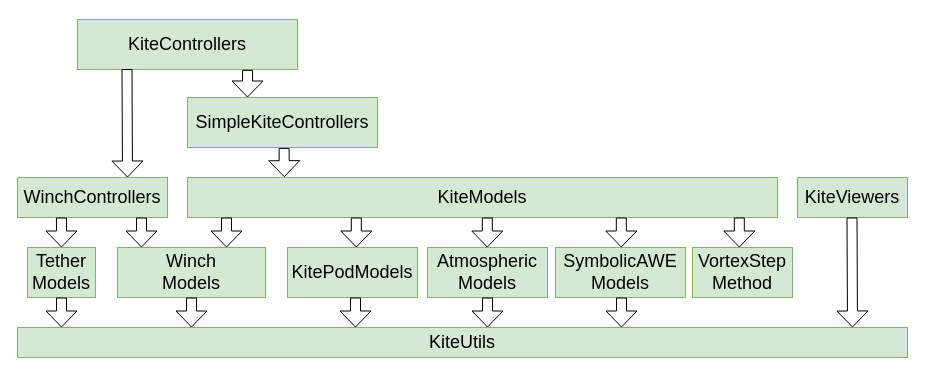
Above: page "Page-1" (1 of 2) of docs/src/kite_power_tools.drawio in OpenSourceAWE/KiteUtils.jl (draw.io), before the change. Source tidied: cells renumbered, new cells numbered last; positions are measured from the earlier drawing's top-left corner, leaving out a move shared by most shapes. Both pictures are drawn from the tidied source at 100%, with x=0, y=0 at pixel (17, 19).
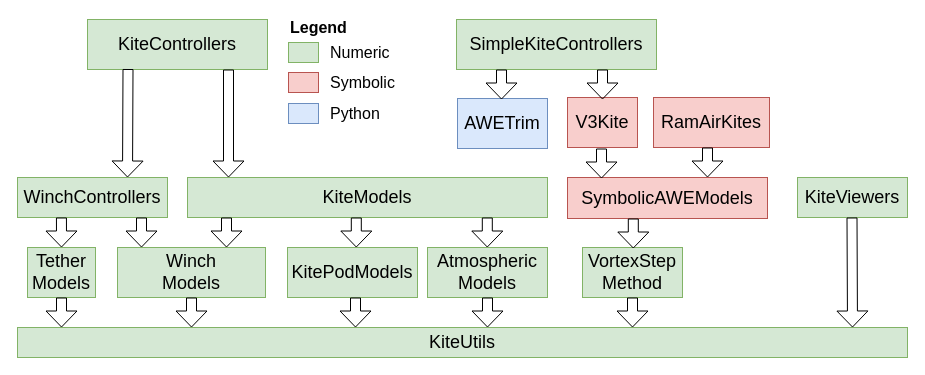
Above is the later version.

Change to the diagram source:
```diff
@@
     <mxCell id="2" value="KiteControllers" style="rounded=0;whiteSpace=wrap;html=1;fontSize=18;fillColor=#d5e8d4;strokeColor=#82b366;" parent="1" vertex="1">
-      <mxGeometry x="60" width="220" height="50" as="geometry" />
+      <mxGeometry x="70" width="180" height="50" as="geometry" />
     </mxCell>
     <mxCell id="3" value="KiteModels" style="rounded=0;whiteSpace=wrap;html=1;fontSize=18;fillColor=#d5e8d4;strokeColor=#82b366;" parent="1" vertex="1">
-      <mxGeometry x="170" y="158" width="590" height="40" as="geometry" />
+      <mxGeometry x="170" y="158" width="360" height="40" as="geometry" />
     </mxCell>
@@
     <mxCell id="9" value="VortexStep&lt;br&gt;Method" style="rounded=0;whiteSpace=wrap;html=1;fontSize=18;fillColor=#d5e8d4;strokeColor=#82b366;" parent="1" vertex="1">
-      <mxGeometry x="675" y="228" width="100" height="50" as="geometry" />
+      <mxGeometry x="565" y="228" width="100" height="50" as="geometry" />
     </mxCell>
@@
-    <mxCell id="13" style="shape=flexArrow;endArrow=classic;html=1;rounded=0;exitX=0.689;exitY=1.007;exitDx=0;exitDy=0;endSize=5;exitPerimeter=0;entryX=0.099;entryY=-0.008;entryDx=0;entryDy=0;entryPerimeter=0;" parent="1" edge="1">
-      <mxGeometry relative="1" as="geometry">
-        <mxPoint x="266.6" y="128.4" as="sourcePoint" />
-        <mxPoint x="266.8" y="157.7" as="targetPoint" />
-      </mxGeometry>
-    </mxCell>
@@
     <mxCell id="21" value="SimpleKiteControllers" style="rounded=0;whiteSpace=wrap;html=1;fontSize=18;fillColor=#d5e8d4;strokeColor=#82b366;" parent="1" vertex="1">
-      <mxGeometry x="170" y="78" width="190" height="50" as="geometry" />
+      <mxGeometry x="439" width="200" height="50" as="geometry" />
     </mxCell>
-    <mxCell id="22" style="shape=flexArrow;endArrow=classic;html=1;rounded=0;endSize=5;exitX=0.773;exitY=1.007;exitDx=0;exitDy=0;exitPerimeter=0;" parent="1" edge="1" source="2">
-      <mxGeometry relative="1" as="geometry">
-        <mxPoint x="230" y="78" as="targetPoint" />
-      </mxGeometry>
-    </mxCell>
@@
-    <mxCell id="25" value="SymbolicAWE&lt;br&gt;Models" style="rounded=0;whiteSpace=wrap;html=1;fontSize=18;fillColor=#d5e8d4;strokeColor=#82b366;" parent="1" vertex="1">
-      <mxGeometry x="538" y="228" width="130" height="50" as="geometry" />
+    <mxCell id="25" value="SymbolicAWEModels" style="rounded=0;whiteSpace=wrap;html=1;fontSize=18;fillColor=#f8cecc;strokeColor=#b85450;" parent="1" vertex="1">
+      <mxGeometry x="550" y="158" width="200" height="41" as="geometry" />
     </mxCell>
@@
-    <mxCell id="27" style="shape=flexArrow;endArrow=classic;html=1;rounded=0;exitX=0.5;exitY=1;exitDx=0;exitDy=0;endSize=5;" parent="1" edge="1">
-      <mxGeometry relative="1" as="geometry">
-        <mxPoint x="603.8" y="198" as="sourcePoint" />
-        <mxPoint x="603.8" y="228" as="targetPoint" />
-      </mxGeometry>
-    </mxCell>
-    <mxCell id="28" style="shape=flexArrow;endArrow=classic;html=1;rounded=0;exitX=0.5;exitY=1;exitDx=0;exitDy=0;endSize=5;" parent="1" edge="1">
-      <mxGeometry relative="1" as="geometry">
-        <mxPoint x="721.8" y="198" as="sourcePoint" />
-        <mxPoint x="721.8" y="228" as="targetPoint" />
-      </mxGeometry>
-    </mxCell>
     <mxCell id="29" style="shape=flexArrow;endArrow=classic;html=1;rounded=0;exitX=0.5;exitY=1;exitDx=0;exitDy=0;endSize=5;" parent="1" edge="1">
       <mxGeometry relative="1" as="geometry">
-        <mxPoint x="604" y="278" as="sourcePoint" />
-        <mxPoint x="604" y="308" as="targetPoint" />
+        <mxPoint x="615" y="278" as="sourcePoint" />
+        <mxPoint x="615" y="308" as="targetPoint" />
       </mxGeometry>
     </mxCell>
+    <mxCell id="30" style="shape=flexArrow;endArrow=classic;html=1;rounded=0;exitX=0.5;exitY=1;exitDx=0;exitDy=0;endSize=5;" parent="1" edge="1">
+      <mxGeometry relative="1" as="geometry">
+        <mxPoint x="615.8" y="199" as="sourcePoint" />
+        <mxPoint x="615.8" y="229" as="targetPoint" />
+      </mxGeometry>
+    </mxCell>
+    <mxCell id="31" value="V3Kite" style="rounded=0;whiteSpace=wrap;html=1;fontSize=18;fillColor=#f8cecc;strokeColor=#b85450;" parent="1" vertex="1">
+      <mxGeometry x="550" y="78" width="70" height="50" as="geometry" />
+    </mxCell>
+    <mxCell id="32" value="RamAirKites" style="rounded=0;whiteSpace=wrap;html=1;fontSize=18;fillColor=#f8cecc;strokeColor=#b85450;" parent="1" vertex="1">
+      <mxGeometry x="636" y="78" width="116" height="50" as="geometry" />
+    </mxCell>
+    <mxCell id="33" style="shape=flexArrow;endArrow=classic;html=1;rounded=0;exitX=0.5;exitY=1;exitDx=0;exitDy=0;endSize=5;" parent="1" edge="1">
+      <mxGeometry relative="1" as="geometry">
+        <mxPoint x="690" y="128" as="sourcePoint" />
+        <mxPoint x="690" y="158" as="targetPoint" />
+      </mxGeometry>
+    </mxCell>
+    <mxCell id="34" style="shape=flexArrow;endArrow=classic;html=1;rounded=0;exitX=0.5;exitY=1;exitDx=0;exitDy=0;endSize=5;" parent="1" edge="1">
+      <mxGeometry relative="1" as="geometry">
+        <mxPoint x="584" y="129" as="sourcePoint" />
+        <mxPoint x="584" y="159" as="targetPoint" />
+      </mxGeometry>
+    </mxCell>
+    <mxCell id="35" style="shape=flexArrow;endArrow=classic;html=1;rounded=0;endSize=5;entryX=0.099;entryY=-0.008;entryDx=0;entryDy=0;entryPerimeter=0;exitX=0.225;exitY=0.99;exitDx=0;exitDy=0;exitPerimeter=0;" parent="1" edge="1">
+      <mxGeometry relative="1" as="geometry">
+        <mxPoint x="211" y="50" as="sourcePoint" />
+        <mxPoint x="211" y="158" as="targetPoint" />
+      </mxGeometry>
+    </mxCell>
+    <mxCell id="36" style="shape=flexArrow;endArrow=classic;html=1;rounded=0;exitX=0.5;exitY=1;exitDx=0;exitDy=0;endSize=5;" parent="1" edge="1">
+      <mxGeometry relative="1" as="geometry">
+        <mxPoint x="585" y="50" as="sourcePoint" />
+        <mxPoint x="585" y="80" as="targetPoint" />
+      </mxGeometry>
+    </mxCell>
+    <mxCell id="37" value="AWETrim" style="rounded=0;whiteSpace=wrap;html=1;fontSize=18;fillColor=#dae8fc;strokeColor=#6c8ebf;" parent="1" vertex="1">
+      <mxGeometry x="440" y="79" width="90" height="50" as="geometry" />
+    </mxCell>
+    <mxCell id="38" style="shape=flexArrow;endArrow=classic;html=1;rounded=0;exitX=0.5;exitY=1;exitDx=0;exitDy=0;endSize=5;" parent="1" edge="1">
+      <mxGeometry relative="1" as="geometry">
+        <mxPoint x="484" y="50" as="sourcePoint" />
+        <mxPoint x="484" y="80" as="targetPoint" />
+      </mxGeometry>
+    </mxCell>
+    <mxCell id="39" value="Legend" style="text;html=1;fontSize=16;fontStyle=1;align=left;verticalAlign=middle;" parent="1" vertex="1">
+      <mxGeometry x="271" y="-2" width="100" height="20" as="geometry" />
+    </mxCell>
+    <mxCell id="40" style="rounded=0;whiteSpace=wrap;html=1;fillColor=#d5e8d4;strokeColor=#82b366;" parent="1" vertex="1">
+      <mxGeometry x="271" y="23" width="30" height="20" as="geometry" />
+    </mxCell>
+    <mxCell id="41" value="Numeric" style="text;html=1;fontSize=16;align=left;verticalAlign=middle;" parent="1" vertex="1">
+      <mxGeometry x="311" y="18" width="120" height="30" as="geometry" />
+    </mxCell>
+    <mxCell id="42" style="rounded=0;whiteSpace=wrap;html=1;fillColor=#f8cecc;strokeColor=#b85450;" parent="1" vertex="1">
+      <mxGeometry x="271" y="53" width="30" height="20" as="geometry" />
+    </mxCell>
+    <mxCell id="43" value="Symbolic" style="text;html=1;fontSize=16;align=left;verticalAlign=middle;" parent="1" vertex="1">
+      <mxGeometry x="311" y="48" width="120" height="30" as="geometry" />
+    </mxCell>
+    <mxCell id="44" style="rounded=0;whiteSpace=wrap;html=1;fillColor=#dae8fc;strokeColor=#6c8ebf;" parent="1" vertex="1">
+      <mxGeometry x="271" y="84" width="30" height="20" as="geometry" />
+    </mxCell>
+    <mxCell id="45" value="Python" style="text;html=1;fontSize=16;align=left;verticalAlign=middle;" parent="1" vertex="1">
+      <mxGeometry x="311" y="79" width="120" height="30" as="geometry" />
+    </mxCell>
```
